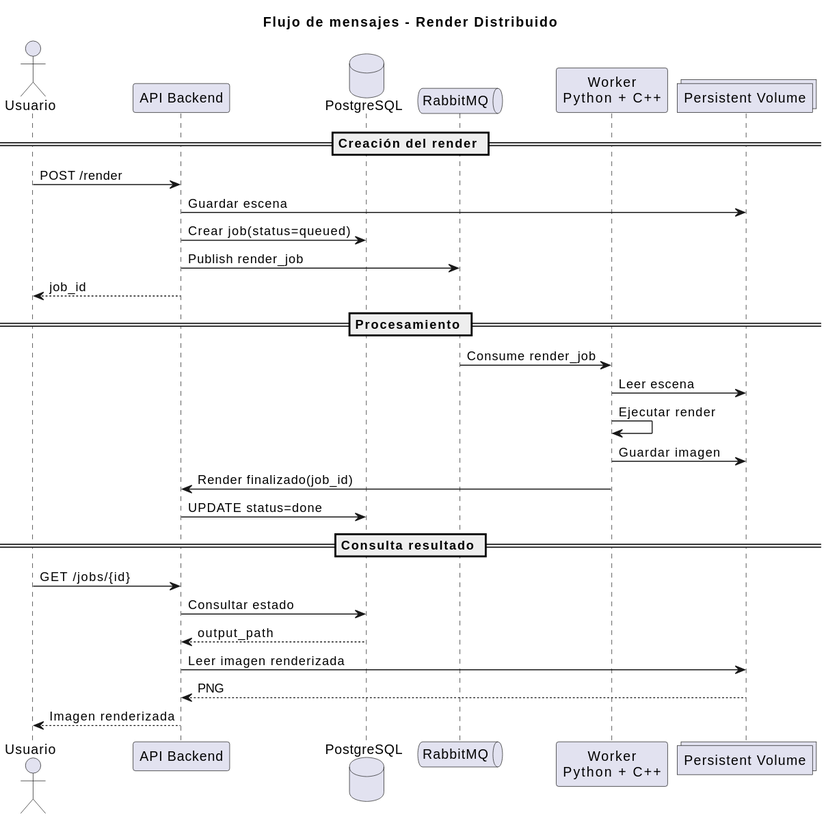
The PlantUML diagram images/comms.svg in FING-Sistemas-Distribuidos-2026/PI-Martinez-Padilla-Alvarez-Fabris, before a commit.
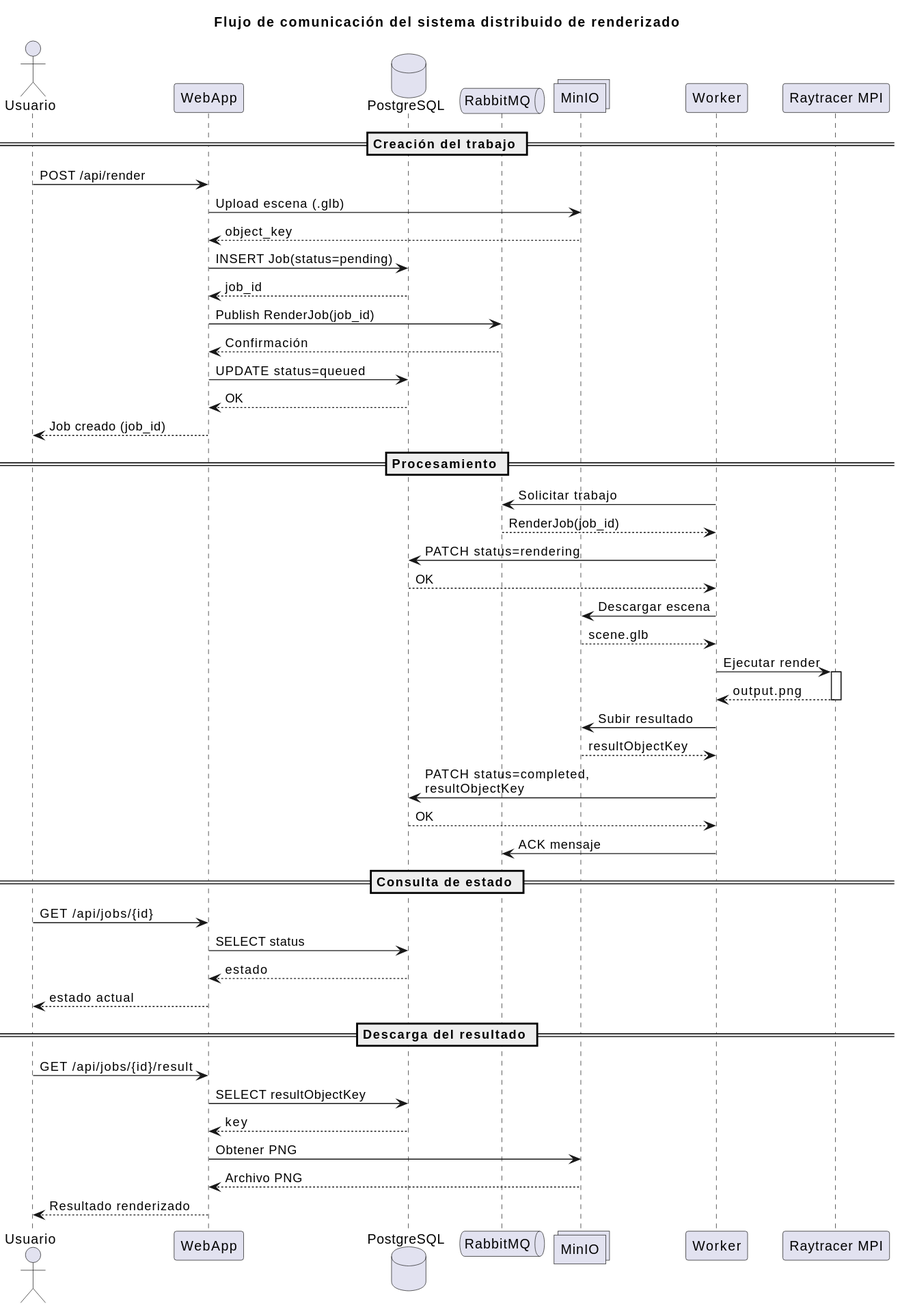
The same diagram one commit later.

Diff of the diagram source:
```diff
@@ -1,44 +1,76 @@
 @startuml
-title Flujo de mensajes - Render Distribuido
+title Flujo de comunicación del sistema distribuido de renderizado
 
 actor Usuario
 
-participant "API Backend" as API
+participant "WebApp" as Web
 database "PostgreSQL" as DB
 queue "RabbitMQ" as MQ
-participant "Worker\nPython + C++" as Worker
-collections "Persistent Volume" as PV
+collections "MinIO" as MinIO
+participant "Worker" as Worker
+participant "Raytracer MPI" as Renderer
 
-== Creación del render ==
+== Creación del trabajo ==
 
-Usuario -> API : POST /render
-API -> PV : Guardar escena
-API -> DB : Crear job(status=queued)
+Usuario -> Web : POST /api/render
 
-API -> MQ : Publish render_job
-API --> Usuario : job_id
+Web -> MinIO : Upload escena (.glb)
+MinIO --> Web : object_key
+
+Web -> DB : INSERT Job(status=pending)
+DB --> Web : job_id
+
+Web -> MQ : Publish RenderJob(job_id)
+MQ --> Web : Confirmación
+
+Web -> DB : UPDATE status=queued
+DB --> Web : OK
+
+Web --> Usuario : Job creado (job_id)
 
 == Procesamiento ==
 
-MQ -> Worker : Consume render_job
+Worker -> MQ : Solicitar trabajo
+MQ --> Worker : RenderJob(job_id)
 
-Worker -> PV : Leer escena
-Worker -> Worker : Ejecutar render
+Worker -> DB : PATCH status=rendering
+DB --> Worker : OK
 
-Worker -> PV : Guardar imagen
-Worker -> API : Render finalizado(job_id)
+Worker -> MinIO : Descargar escena
+MinIO --> Worker : scene.glb
 
-API -> DB : UPDATE status=done
+Worker -> Renderer : Ejecutar render
 
-== Consulta resultado ==
+activate Renderer
+Renderer --> Worker : output.png
+deactivate Renderer
 
-Usuario -> API : GET /jobs/{id}
+Worker -> MinIO : Subir resultado
+MinIO --> Worker : resultObjectKey
 
-API -> DB : Consultar estado
-DB --> API : output_path
+Worker -> DB : PATCH status=completed,\nresultObjectKey
+DB --> Worker : OK
 
-API -> PV : Leer imagen renderizada
-PV --> API : PNG
+Worker -> MQ : ACK mensaje
 
-API --> Usuario : Imagen renderizada
+== Consulta de estado ==
+
+Usuario -> Web : GET /api/jobs/{id}
+
+Web -> DB : SELECT status
+DB --> Web : estado
+
+Web --> Usuario : estado actual
+
+== Descarga del resultado ==
+
+Usuario -> Web : GET /api/jobs/{id}/result
+
+Web -> DB : SELECT resultObjectKey
+DB --> Web : key
+
+Web -> MinIO : Obtener PNG
+MinIO --> Web : Archivo PNG
+
+Web --> Usuario : Resultado renderizado
 @enduml
```
